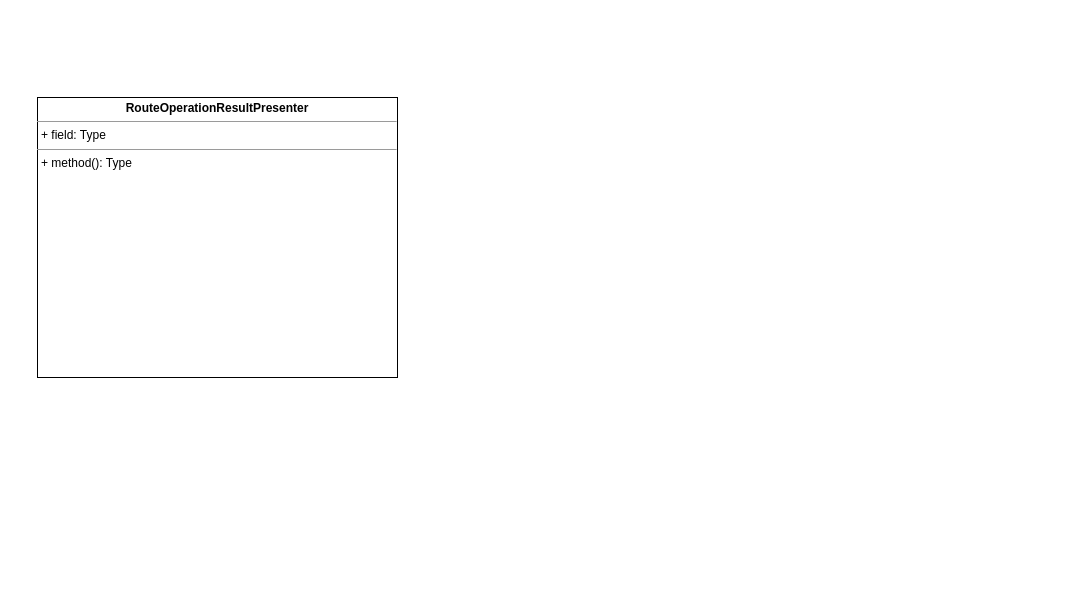
Above: UNI-17868.drawio in ShiryaevNikolay/example (draw.io), before the change. Source tidied: cells renumbered, new cells numbered last; positions are measured from the earlier drawing's top-left corner, leaving out a move shared by most shapes. Both pictures are drawn from the tidied source at 100%, with x=0, y=0 at pixel (37, 97).
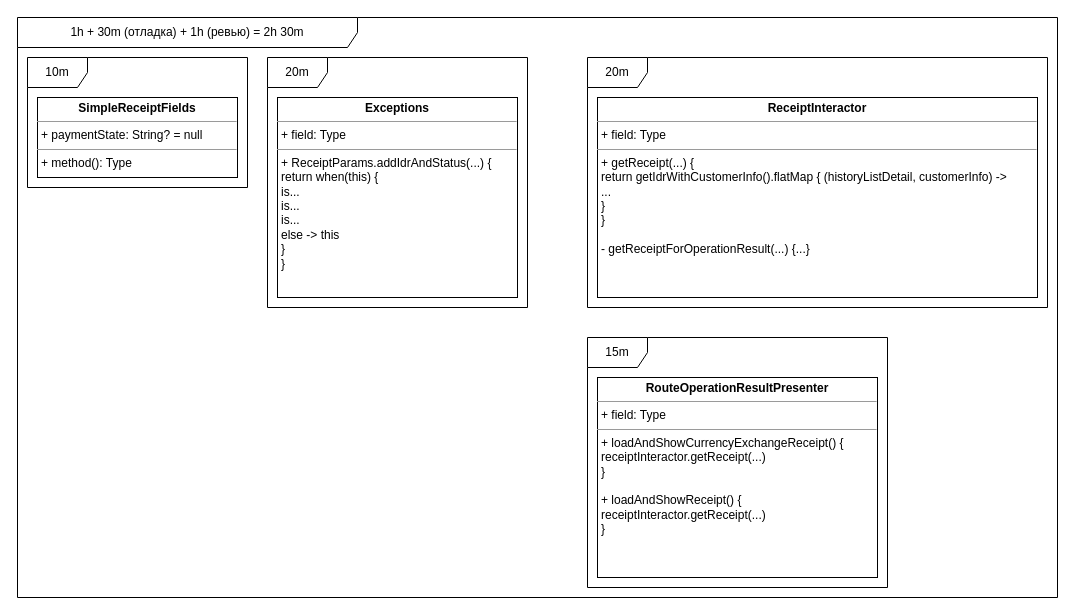
After the change.

What changed in the source:
```diff
@@
 <mxGraphModel>
   <root>
     <mxCell id="0" />
     <mxCell id="1" parent="0" />
-    <mxCell id="2" value="&lt;p style=&quot;margin:0px;margin-top:4px;text-align:center;&quot;&gt;&lt;b&gt;RouteOperationResultPresenter&lt;/b&gt;&lt;/p&gt;&lt;hr size=&quot;1&quot;&gt;&lt;p style=&quot;margin:0px;margin-left:4px;&quot;&gt;+ field: Type&lt;/p&gt;&lt;hr size=&quot;1&quot;&gt;&lt;p style=&quot;margin:0px;margin-left:4px;&quot;&gt;+ method(): Type&lt;/p&gt;" style="verticalAlign=top;align=left;overflow=fill;fontSize=12;fontFamily=Helvetica;html=1;" parent="1" vertex="1">
-      <mxGeometry width="360" height="280" as="geometry" />
+    <mxCell id="2" value="&lt;p style=&quot;margin:0px;margin-top:4px;text-align:center;&quot;&gt;&lt;b&gt;SimpleReceiptFields&lt;/b&gt;&lt;/p&gt;&lt;hr size=&quot;1&quot;&gt;&lt;p style=&quot;margin:0px;margin-left:4px;&quot;&gt;+ paymentState: String? = null&lt;br&gt;&lt;/p&gt;&lt;hr size=&quot;1&quot;&gt;&lt;p style=&quot;margin:0px;margin-left:4px;&quot;&gt;+ method(): Type&lt;/p&gt;" style="verticalAlign=top;align=left;overflow=fill;fontSize=12;fontFamily=Helvetica;html=1;" parent="1" vertex="1">
+      <mxGeometry width="200" height="80" as="geometry" />
     </mxCell>
+    <mxCell id="3" value="&lt;p style=&quot;margin:0px;margin-top:4px;text-align:center;&quot;&gt;&lt;b&gt;Exceptions&lt;/b&gt;&lt;/p&gt;&lt;hr size=&quot;1&quot;&gt;&lt;p style=&quot;margin:0px;margin-left:4px;&quot;&gt;+ field: Type&lt;/p&gt;&lt;hr size=&quot;1&quot;&gt;&lt;p style=&quot;margin:0px;margin-left:4px;&quot;&gt;+ ReceiptParams.addIdrAndStatus(...) {&lt;/p&gt;&lt;p style=&quot;margin:0px;margin-left:4px;&quot;&gt;return when(this) {&lt;/p&gt;&lt;p style=&quot;margin:0px;margin-left:4px;&quot;&gt;is...&lt;/p&gt;&lt;p style=&quot;margin:0px;margin-left:4px;&quot;&gt;is...&lt;/p&gt;&lt;p style=&quot;margin:0px;margin-left:4px;&quot;&gt;is...&lt;/p&gt;&lt;p style=&quot;margin:0px;margin-left:4px;&quot;&gt;else -&amp;gt; this&lt;br&gt;&lt;/p&gt;&lt;p style=&quot;margin:0px;margin-left:4px;&quot;&gt;}&lt;br&gt;&lt;/p&gt;&lt;p style=&quot;margin:0px;margin-left:4px;&quot;&gt;}&lt;br&gt;&lt;/p&gt;" style="verticalAlign=top;align=left;overflow=fill;fontSize=12;fontFamily=Helvetica;html=1;" parent="1" vertex="1">
+      <mxGeometry x="240" width="240" height="200" as="geometry" />
+    </mxCell>
+    <mxCell id="4" value="&lt;p style=&quot;margin:0px;margin-top:4px;text-align:center;&quot;&gt;&lt;b&gt;ReceiptInteractor&lt;/b&gt;&lt;/p&gt;&lt;hr size=&quot;1&quot;&gt;&lt;p style=&quot;margin:0px;margin-left:4px;&quot;&gt;+ field: Type&lt;/p&gt;&lt;hr size=&quot;1&quot;&gt;&lt;p style=&quot;margin:0px;margin-left:4px;&quot;&gt;+ getReceipt(...) {&lt;/p&gt;&lt;p style=&quot;margin:0px;margin-left:4px;&quot;&gt;return getIdrWithCustomerInfo().flatMap { (historyListDetail, customerInfo) -&amp;gt;&lt;/p&gt;&lt;p style=&quot;margin:0px;margin-left:4px;&quot;&gt;...&lt;br&gt;&lt;/p&gt;&lt;p style=&quot;margin:0px;margin-left:4px;&quot;&gt;}&lt;br&gt;&lt;/p&gt;&lt;p style=&quot;margin:0px;margin-left:4px;&quot;&gt;}&lt;/p&gt;&lt;p style=&quot;margin:0px;margin-left:4px;&quot;&gt;&lt;br&gt;&lt;/p&gt;&lt;p style=&quot;margin:0px;margin-left:4px;&quot;&gt;- getReceiptForOperationResult(...) {...}&lt;br&gt;&lt;/p&gt;" style="verticalAlign=top;align=left;overflow=fill;fontSize=12;fontFamily=Helvetica;html=1;" parent="1" vertex="1">
+      <mxGeometry x="560" width="440" height="200" as="geometry" />
+    </mxCell>
+    <mxCell id="5" value="&lt;p style=&quot;margin:0px;margin-top:4px;text-align:center;&quot;&gt;&lt;b&gt;RouteOperationResultPresenter&lt;/b&gt;&lt;/p&gt;&lt;hr size=&quot;1&quot;&gt;&lt;p style=&quot;margin:0px;margin-left:4px;&quot;&gt;+ field: Type&lt;/p&gt;&lt;hr size=&quot;1&quot;&gt;&lt;p style=&quot;margin:0px;margin-left:4px;&quot;&gt;+ loadAndShowCurrencyExchangeReceipt() {&lt;/p&gt;&lt;p style=&quot;margin:0px;margin-left:4px;&quot;&gt;receiptInteractor.getReceipt(...)&lt;br&gt;&lt;/p&gt;&lt;p style=&quot;margin:0px;margin-left:4px;&quot;&gt;}&lt;/p&gt;&lt;p style=&quot;margin:0px;margin-left:4px;&quot;&gt;&lt;br&gt;&lt;/p&gt;&lt;p style=&quot;margin:0px;margin-left:4px;&quot;&gt;+ loadAndShowReceipt() {&lt;/p&gt;&lt;p style=&quot;margin:0px;margin-left:4px;&quot;&gt;receiptInteractor.getReceipt(...)&lt;/p&gt;&lt;p style=&quot;margin:0px;margin-left:4px;&quot;&gt;}&lt;br&gt;&lt;/p&gt;" style="verticalAlign=top;align=left;overflow=fill;fontSize=12;fontFamily=Helvetica;html=1;" parent="1" vertex="1">
+      <mxGeometry x="560" y="280" width="280" height="200" as="geometry" />
+    </mxCell>
+    <mxCell id="6" value="10m" style="shape=umlFrame;whiteSpace=wrap;html=1;" parent="1" vertex="1">
+      <mxGeometry x="-10" y="-40" width="220" height="130" as="geometry" />
+    </mxCell>
+    <mxCell id="7" value="20m" style="shape=umlFrame;whiteSpace=wrap;html=1;" parent="1" vertex="1">
+      <mxGeometry x="230" y="-40" width="260" height="250" as="geometry" />
+    </mxCell>
+    <mxCell id="8" value="20m" style="shape=umlFrame;whiteSpace=wrap;html=1;" parent="1" vertex="1">
+      <mxGeometry x="550" y="-40" width="460" height="250" as="geometry" />
+    </mxCell>
+    <mxCell id="9" value="15m" style="shape=umlFrame;whiteSpace=wrap;html=1;" parent="1" vertex="1">
+      <mxGeometry x="550" y="240" width="300" height="250" as="geometry" />
+    </mxCell>
+    <mxCell id="10" value="1h + 30m (отладка) + 1h (ревью) = 2h 30m" style="shape=umlFrame;whiteSpace=wrap;html=1;width=340;height=30;" parent="1" vertex="1">
+      <mxGeometry x="-20" y="-80" width="1040" height="580" as="geometry" />
+    </mxCell>
   </root>
 </mxGraphModel>
```
